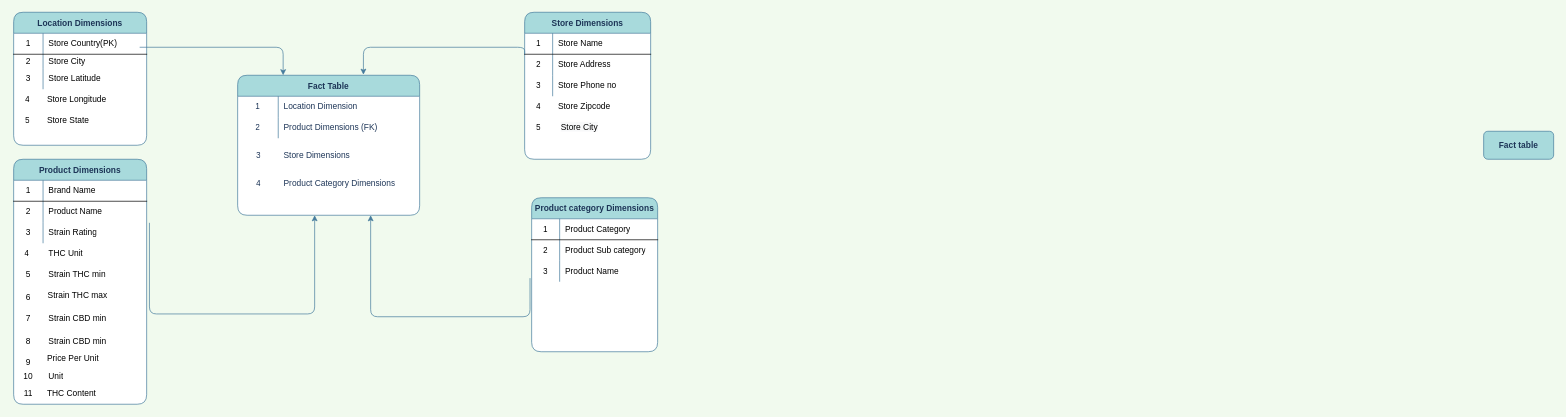
This is Star schema.drawio from shellys014/Leafly-weed, a draw.io file, before an edit. Source tidied: cells renumbered, new cells numbered last; positions are measured from the earlier drawing's top-left corner, leaving out a move shared by most shapes. Both pictures are drawn from the tidied source at 70%, with x=0, y=0 at pixel (12, 12).
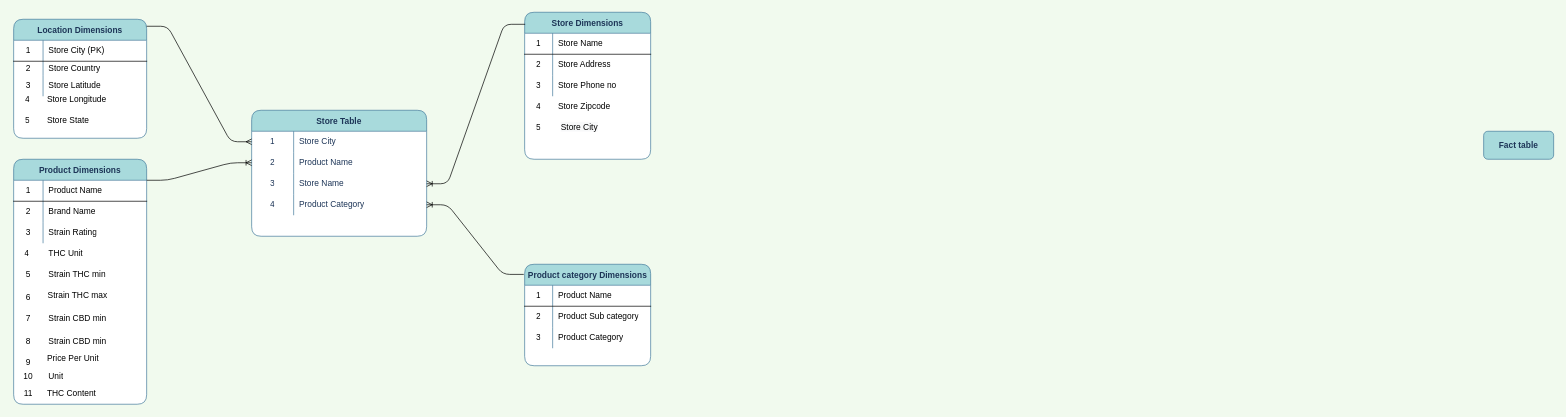
After the change.

The change refers to these unchanged cells:
```xml
<mxCell id="15" style="shape=partialRectangle;html=1;whiteSpace=wrap;fillColor=none;top=0;left=0;bottom=1;right=0;" parent="14" vertex="1">
  <mxGeometry y="30" width="190" height="30" as="geometry" />
</mxCell>
<mxCell id="18" style="shape=partialRectangle;html=1;whiteSpace=wrap;fillColor=none;top=0;left=0;bottom=0;right=0;" parent="14" vertex="1">
  <mxGeometry y="60" width="190" height="20" as="geometry" />
</mxCell>
<mxCell id="25" style="shape=partialRectangle;html=1;whiteSpace=wrap;fillColor=none;top=0;left=0;bottom=1;right=0;" parent="24" vertex="1">
  <mxGeometry y="30" width="190" height="30" as="geometry" />
</mxCell>
<mxCell id="28" style="shape=partialRectangle;html=1;whiteSpace=wrap;fillColor=none;top=0;left=0;bottom=0;right=0;" parent="24" vertex="1">
  <mxGeometry y="60" width="190" height="30" as="geometry" />
</mxCell>
<mxCell id="31" style="shape=partialRectangle;html=1;whiteSpace=wrap;fillColor=none;top=0;left=0;bottom=0;right=0;points=[[0,0.5],[1,0.5]];portConstraint=eastwest;" parent="24" vertex="1">
  <mxGeometry y="90" width="190" height="30" as="geometry" />
</mxCell>
<mxCell id="35" style="shape=partialRectangle;html=1;whiteSpace=wrap;fillColor=none;top=0;left=0;bottom=1;right=0;" parent="34" vertex="1">
  <mxGeometry y="30" width="180" height="30" as="geometry" />
</mxCell>
<mxCell id="41" style="shape=partialRectangle;html=1;whiteSpace=wrap;fillColor=none;top=0;left=0;bottom=0;right=0;points=[[0,0.5],[1,0.5]];portConstraint=eastwest;" parent="34" vertex="1">
  <mxGeometry y="90" width="180" height="30" as="geometry" />
</mxCell>
<mxCell id="44" value="Store Dimensions" style="shape=table;startSize=30;childLayout=tableLayout;rowLines=0;fontStyle=1;align=center;rounded=1;fontColor=#1D3557;strokeColor=#457B9D;fillColor=#A8DADC;swimlaneFillColor=#ffffff;" parent="1" vertex="1">
  <mxGeometry x="732" width="180" height="210" as="geometry" />
</mxCell>
```

Diff of the diagram source:
```diff
@@
-    <mxCell id="3" value="Fact Table" style="shape=table;startSize=30;childLayout=tableLayout;rowLines=0;fontStyle=1;align=center;fillColor=#A8DADC;strokeColor=#457B9D;rounded=1;swimlaneFillColor=#ffffff;fontColor=#1D3557;" parent="1" vertex="1">
-      <mxGeometry x="322" y="90" width="260" height="200" as="geometry" />
+    <mxCell id="3" value="Store Table" style="shape=table;startSize=30;childLayout=tableLayout;rowLines=0;fontStyle=1;align=center;fillColor=#A8DADC;strokeColor=#457B9D;rounded=1;swimlaneFillColor=#ffffff;fontColor=#1D3557;" parent="1" vertex="1">
+      <mxGeometry x="342" y="140" width="250" height="180" as="geometry" />
     </mxCell>
     <mxCell id="4" style="shape=partialRectangle;html=1;whiteSpace=wrap;fillColor=none;top=0;left=0;bottom=0;right=0;points=[[0,0.5],[1,0.5]];portConstraint=eastwest;strokeColor=#457B9D;fontColor=#1D3557;rounded=1;" parent="3" vertex="1">
-      <mxGeometry y="30" width="260" height="30" as="geometry" />
+      <mxGeometry y="30" width="250" height="30" as="geometry" />
     </mxCell>
     <mxCell id="5" value="1" style="shape=partialRectangle;html=1;whiteSpace=wrap;fillColor=none;top=0;left=0;bottom=0;right=0;overflow=hidden;strokeColor=#457B9D;fontColor=#1D3557;rounded=1;" parent="4" vertex="1">
-      <mxGeometry width="58" height="30" as="geometry" />
+      <mxGeometry width="60" height="30" as="geometry" />
     </mxCell>
-    <mxCell id="6" value="Location Dimension" style="shape=partialRectangle;html=1;whiteSpace=wrap;fillColor=none;top=0;left=0;bottom=0;right=0;align=left;spacingLeft=6;overflow=hidden;strokeColor=#457B9D;fontColor=#1D3557;rounded=1;" parent="4" vertex="1">
-      <mxGeometry x="58" width="202" height="30" as="geometry" />
+    <mxCell id="6" value="Store City" style="shape=partialRectangle;html=1;whiteSpace=wrap;fillColor=none;top=0;left=0;bottom=0;right=0;align=left;spacingLeft=6;overflow=hidden;strokeColor=#457B9D;fontColor=#1D3557;rounded=1;" parent="4" vertex="1">
+      <mxGeometry x="60" width="190" height="30" as="geometry" />
     </mxCell>
     <mxCell id="7" style="shape=partialRectangle;html=1;whiteSpace=wrap;fillColor=none;top=0;left=0;bottom=0;right=0;points=[[0,0.5],[1,0.5]];portConstraint=eastwest;strokeColor=#457B9D;fontColor=#1D3557;rounded=1;" parent="3" vertex="1">
-      <mxGeometry y="60" width="260" height="30" as="geometry" />
+      <mxGeometry y="60" width="250" height="30" as="geometry" />
     </mxCell>
     <mxCell id="8" value="2" style="shape=partialRectangle;html=1;whiteSpace=wrap;fillColor=none;top=0;left=0;bottom=0;right=0;overflow=hidden;strokeColor=#457B9D;fontColor=#1D3557;rounded=1;" parent="7" vertex="1">
-      <mxGeometry width="58" height="30" as="geometry" />
+      <mxGeometry width="60" height="30" as="geometry" />
     </mxCell>
-    <mxCell id="9" value="Product Dimensions (FK)" style="shape=partialRectangle;html=1;whiteSpace=wrap;fillColor=none;top=0;left=0;bottom=0;right=0;align=left;spacingLeft=6;overflow=hidden;strokeColor=#457B9D;fontColor=#1D3557;rounded=1;" parent="7" vertex="1">
-      <mxGeometry x="58" width="202" height="30" as="geometry" />
+    <mxCell id="9" value="Product Name" style="shape=partialRectangle;html=1;whiteSpace=wrap;fillColor=none;top=0;left=0;bottom=0;right=0;align=left;spacingLeft=6;overflow=hidden;strokeColor=#457B9D;fontColor=#1D3557;rounded=1;" parent="7" vertex="1">
+      <mxGeometry x="60" width="190" height="30" as="geometry" />
     </mxCell>
+    <mxCell id="82" style="shape=partialRectangle;html=1;whiteSpace=wrap;fillColor=none;top=0;left=0;bottom=0;right=0;points=[[0,0.5],[1,0.5]];portConstraint=eastwest;strokeColor=#457B9D;fontColor=#1D3557;rounded=1;" parent="3" vertex="1">
+      <mxGeometry y="90" width="250" height="30" as="geometry" />
+    </mxCell>
-    <mxCell id="10" value="3" style="shape=partialRectangle;html=1;whiteSpace=wrap;fillColor=none;top=0;left=0;bottom=0;right=0;overflow=hidden;strokeColor=#457B9D;fontColor=#1D3557;rounded=1;" parent="1" vertex="1">
-      <mxGeometry x="332" y="190" width="40" height="30" as="geometry" />
+    <mxCell id="10" value="3" style="shape=partialRectangle;html=1;whiteSpace=wrap;fillColor=none;top=0;left=0;bottom=0;right=0;overflow=hidden;strokeColor=#457B9D;fontColor=#1D3557;rounded=1;" parent="82" vertex="1">
+      <mxGeometry width="60" height="30" as="geometry" />
     </mxCell>
-    <mxCell id="11" value="Store Dimensions" style="shape=partialRectangle;html=1;whiteSpace=wrap;fillColor=none;top=0;left=0;bottom=0;right=0;align=left;spacingLeft=6;overflow=hidden;strokeColor=#457B9D;fontColor=#1D3557;rounded=1;" parent="1" vertex="1">
-      <mxGeometry x="380" y="190" width="202" height="30" as="geometry" />
-    </mxCell>
-    <mxCell id="12" value="Product Category Dimensions" style="shape=partialRectangle;html=1;whiteSpace=wrap;fillColor=none;top=0;left=0;bottom=0;right=0;align=left;spacingLeft=6;overflow=hidden;strokeColor=#457B9D;fontColor=#1D3557;rounded=1;" parent="1" vertex="1">
-      <mxGeometry x="380" y="230" width="202" height="30" as="geometry" />
-    </mxCell>
+    <mxCell id="83" value="Store Name" style="shape=partialRectangle;html=1;whiteSpace=wrap;fillColor=none;top=0;left=0;bottom=0;right=0;align=left;spacingLeft=6;overflow=hidden;strokeColor=#457B9D;fontColor=#1D3557;rounded=1;" parent="82" vertex="1">
+      <mxGeometry x="60" width="190" height="30" as="geometry" />
+    </mxCell>
+    <mxCell id="84" style="shape=partialRectangle;html=1;whiteSpace=wrap;fillColor=none;top=0;left=0;bottom=0;right=0;points=[[0,0.5],[1,0.5]];portConstraint=eastwest;strokeColor=#457B9D;fontColor=#1D3557;rounded=1;" parent="3" vertex="1">
+      <mxGeometry y="120" width="250" height="30" as="geometry" />
+    </mxCell>
-    <mxCell id="13" value="4" style="shape=partialRectangle;html=1;whiteSpace=wrap;fillColor=none;top=0;left=0;bottom=0;right=0;overflow=hidden;strokeColor=#457B9D;fontColor=#1D3557;rounded=1;" parent="1" vertex="1">
-      <mxGeometry x="332" y="230" width="40" height="30" as="geometry" />
+    <mxCell id="13" value="4" style="shape=partialRectangle;html=1;whiteSpace=wrap;fillColor=none;top=0;left=0;bottom=0;right=0;overflow=hidden;strokeColor=#457B9D;fontColor=#1D3557;rounded=1;" parent="84" vertex="1">
+      <mxGeometry width="60" height="30" as="geometry" />
     </mxCell>
+    <mxCell id="85" value="Product Category" style="shape=partialRectangle;html=1;whiteSpace=wrap;fillColor=none;top=0;left=0;bottom=0;right=0;align=left;spacingLeft=6;overflow=hidden;strokeColor=#457B9D;fontColor=#1D3557;rounded=1;" parent="84" vertex="1">
+      <mxGeometry x="60" width="190" height="30" as="geometry" />
+    </mxCell>
     <mxCell id="14" value="Location Dimensions" style="shape=table;startSize=30;childLayout=tableLayout;rowLines=0;fontStyle=1;align=center;rounded=1;fontColor=#1D3557;strokeColor=#457B9D;fillColor=#A8DADC;swimlaneFillColor=#ffffff;" parent="1" vertex="1">
-      <mxGeometry x="2" width="190" height="190" as="geometry" />
+      <mxGeometry x="2" y="10" width="190" height="170" as="geometry" />
     </mxCell>
@@
-    <mxCell id="17" value="Store Country(PK)" style="shape=partialRectangle;html=1;whiteSpace=wrap;fillColor=none;top=0;left=0;bottom=0;right=0;align=left;spacingLeft=6;overflow=hidden;" parent="15" vertex="1">
+    <mxCell id="17" value="Store City (PK)" style="shape=partialRectangle;html=1;whiteSpace=wrap;fillColor=none;top=0;left=0;bottom=0;right=0;align=left;spacingLeft=6;overflow=hidden;" parent="15" vertex="1">
       <mxGeometry x="42" width="148" height="30" as="geometry" />
     </mxCell>
@@
-    <mxCell id="20" value="Store City" style="shape=partialRectangle;html=1;whiteSpace=wrap;fillColor=none;top=0;left=0;bottom=0;right=0;align=left;spacingLeft=6;overflow=hidden;" parent="18" vertex="1">
+    <mxCell id="20" value="Store Country" style="shape=partialRectangle;html=1;whiteSpace=wrap;fillColor=none;top=0;left=0;bottom=0;right=0;align=left;spacingLeft=6;overflow=hidden;" parent="18" vertex="1">
       <mxGeometry x="42" width="148" height="20" as="geometry" />
     </mxCell>
@@
-    <mxCell id="27" value="Brand Name" style="shape=partialRectangle;html=1;whiteSpace=wrap;fillColor=none;top=0;left=0;bottom=0;right=0;align=left;spacingLeft=6;overflow=hidden;" parent="25" vertex="1">
+    <mxCell id="27" value="Product Name" style="shape=partialRectangle;html=1;whiteSpace=wrap;fillColor=none;top=0;left=0;bottom=0;right=0;align=left;spacingLeft=6;overflow=hidden;" parent="25" vertex="1">
       <mxGeometry x="42" width="148" height="30" as="geometry" />
     </mxCell>
@@
-    <mxCell id="30" value="Product Name" style="shape=partialRectangle;html=1;whiteSpace=wrap;fillColor=none;top=0;left=0;bottom=0;right=0;align=left;spacingLeft=6;overflow=hidden;" parent="28" vertex="1">
+    <mxCell id="30" value="Brand Name" style="shape=partialRectangle;html=1;whiteSpace=wrap;fillColor=none;top=0;left=0;bottom=0;right=0;align=left;spacingLeft=6;overflow=hidden;" parent="28" vertex="1">
       <mxGeometry x="42" width="148" height="30" as="geometry" />
     </mxCell>
@@
     <mxCell id="34" value="Product category Dimensions" style="shape=table;startSize=30;childLayout=tableLayout;rowLines=0;fontStyle=1;align=center;rounded=1;fontColor=#1D3557;strokeColor=#457B9D;fillColor=#A8DADC;swimlaneFillColor=#ffffff;" parent="1" vertex="1">
-      <mxGeometry x="742" y="265" width="180" height="220" as="geometry" />
+      <mxGeometry x="732" y="360" width="180" height="145" as="geometry" />
     </mxCell>
@@
-    <mxCell id="37" value="Product Category" style="shape=partialRectangle;html=1;whiteSpace=wrap;fillColor=none;top=0;left=0;bottom=0;right=0;align=left;spacingLeft=6;overflow=hidden;" parent="35" vertex="1">
+    <mxCell id="37" value="Product Name" style="shape=partialRectangle;html=1;whiteSpace=wrap;fillColor=none;top=0;left=0;bottom=0;right=0;align=left;spacingLeft=6;overflow=hidden;" parent="35" vertex="1">
       <mxGeometry x="40" width="140" height="30" as="geometry" />
     </mxCell>
@@
-    <mxCell id="43" value="Product Name" style="shape=partialRectangle;html=1;whiteSpace=wrap;fillColor=none;top=0;left=0;bottom=0;right=0;align=left;spacingLeft=6;overflow=hidden;" parent="41" vertex="1">
+    <mxCell id="43" value="Product Category" style="shape=partialRectangle;html=1;whiteSpace=wrap;fillColor=none;top=0;left=0;bottom=0;right=0;align=left;spacingLeft=6;overflow=hidden;" parent="41" vertex="1">
       <mxGeometry x="40" width="140" height="30" as="geometry" />
     </mxCell>
@@
-    <mxCell id="54" style="edgeStyle=segmentEdgeStyle;endArrow=classic;html=1;fontColor=#1D3557;strokeColor=#457B9D;fillColor=#A8DADC;exitX=1.021;exitY=0.027;exitDx=0;exitDy=0;exitPerimeter=0;" parent="1" edge="1" source="31">
-      <mxGeometry relative="1" as="geometry">
-        <mxPoint x="432" y="290" as="targetPoint" />
-        <Array as="points">
-          <mxPoint x="432" y="431" />
-        </Array>
-      </mxGeometry>
-    </mxCell>
-    <mxCell id="55" style="edgeStyle=segmentEdgeStyle;endArrow=classic;html=1;fontColor=#1D3557;strokeColor=#457B9D;fillColor=#A8DADC;entryX=0.25;entryY=0;entryDx=0;entryDy=0;" parent="1" edge="1" target="3">
-      <mxGeometry relative="1" as="geometry">
-        <mxPoint x="182" y="50" as="sourcePoint" />
-        <Array as="points">
-          <mxPoint x="387" y="50" />
-        </Array>
-      </mxGeometry>
-    </mxCell>
-    <mxCell id="56" style="edgeStyle=segmentEdgeStyle;endArrow=classic;html=1;fontColor=#1D3557;strokeColor=#457B9D;fillColor=#A8DADC;entryX=0.691;entryY=-0.004;entryDx=0;entryDy=0;entryPerimeter=0;" parent="1" edge="1" target="3">
-      <mxGeometry relative="1" as="geometry">
-        <mxPoint x="732" y="60" as="sourcePoint" />
-        <Array as="points">
-          <mxPoint x="732" y="50" />
-          <mxPoint x="502" y="50" />
-        </Array>
-      </mxGeometry>
-    </mxCell>
-    <mxCell id="57" style="edgeStyle=segmentEdgeStyle;endArrow=classic;html=1;fontColor=#1D3557;strokeColor=#457B9D;fillColor=#A8DADC;exitX=-0.013;exitY=0.827;exitDx=0;exitDy=0;exitPerimeter=0;" parent="1" edge="1" source="41">
-      <mxGeometry relative="1" as="geometry">
-        <mxPoint x="512" y="290" as="targetPoint" />
-        <Array as="points">
-          <mxPoint x="512" y="435" />
-        </Array>
-      </mxGeometry>
-    </mxCell>
@@
-    <mxCell id="65" value="&lt;span style=&quot;color: rgb(0, 0, 0); font-family: helvetica; font-size: 12px; font-style: normal; font-weight: 400; letter-spacing: normal; text-align: left; text-indent: 0px; text-transform: none; word-spacing: 0px; background-color: rgb(248, 249, 250); display: inline; float: none;&quot;&gt;Store City&lt;/span&gt;" style="text;whiteSpace=wrap;html=1;" parent="1" vertex="1">
+    <mxCell id="65" value="&lt;span style=&quot;color: rgb(0 , 0 , 0) ; font-family: &amp;#34;helvetica&amp;#34; ; font-size: 12px ; font-style: normal ; font-weight: 400 ; letter-spacing: normal ; text-align: left ; text-indent: 0px ; text-transform: none ; word-spacing: 0px ; background-color: rgb(248 , 249 , 250) ; display: inline ; float: none&quot;&gt;Store City&lt;/span&gt;" style="text;whiteSpace=wrap;html=1;" parent="1" vertex="1">
       <mxGeometry x="782" y="150" width="120" height="30" as="geometry" />
     </mxCell>
@@
+    <mxCell id="86" style="edgeStyle=entityRelationEdgeStyle;fontSize=12;html=1;endArrow=ERmany;" parent="1" edge="1" target="4">
+      <mxGeometry relative="1" as="geometry">
+        <mxPoint x="192" y="20" as="sourcePoint" />
+      </mxGeometry>
+    </mxCell>
+    <mxCell id="87" style="edgeStyle=entityRelationEdgeStyle;fontSize=12;html=1;endArrow=ERoneToMany;entryX=0;entryY=0.5;entryDx=0;entryDy=0;" parent="1" edge="1" target="7">
+      <mxGeometry relative="1" as="geometry">
+        <mxPoint x="192" y="240" as="sourcePoint" />
+      </mxGeometry>
+    </mxCell>
+    <mxCell id="88" style="edgeStyle=entityRelationEdgeStyle;fontSize=12;html=1;endArrow=ERoneToMany;exitX=0.004;exitY=0.082;exitDx=0;exitDy=0;exitPerimeter=0;" parent="1" edge="1" source="44" target="82">
+      <mxGeometry relative="1" as="geometry" />
+    </mxCell>
+    <mxCell id="89" style="edgeStyle=entityRelationEdgeStyle;fontSize=12;html=1;endArrow=ERoneToMany;exitX=-0.007;exitY=0.1;exitDx=0;exitDy=0;exitPerimeter=0;" parent="1" edge="1" source="34" target="84">
+      <mxGeometry relative="1" as="geometry" />
+    </mxCell>
```
